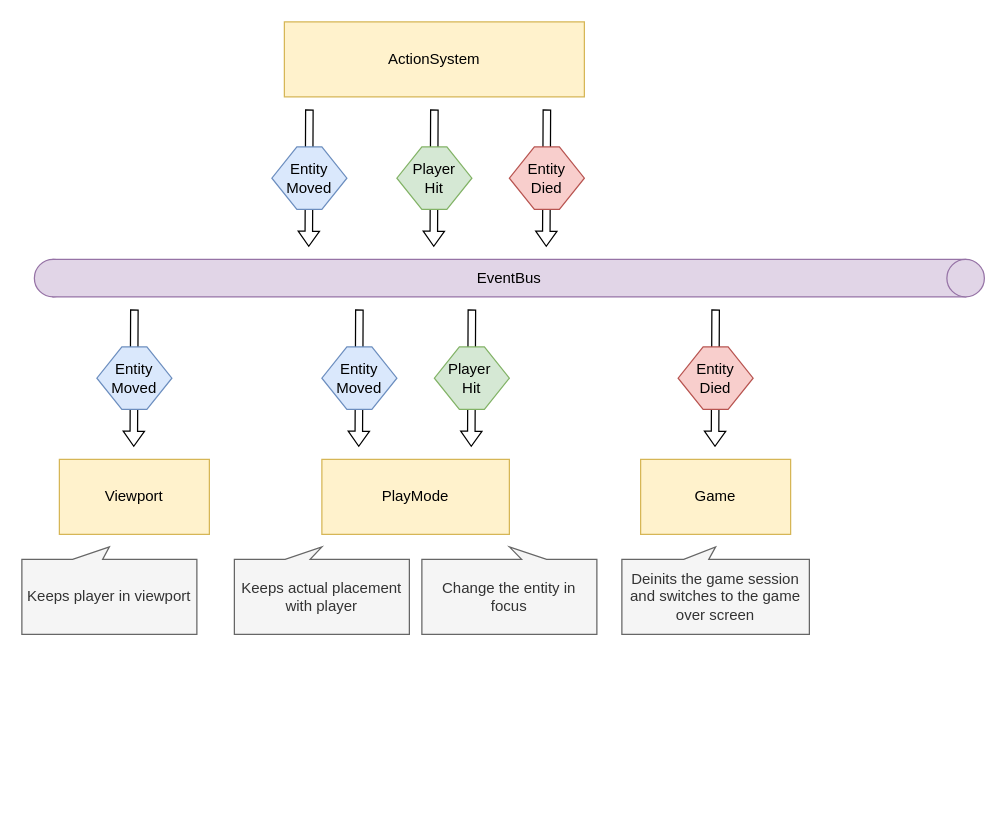
This is page "Events" (2 of 7) of docs/schemas.drawio from vladimir-popov/forgotten_catacombs, a draw.io file, before an edit. Source tidied: cells renumbered, new cells numbered last; positions are measured from the earlier drawing's top-left corner, leaving out a move shared by most shapes. Both pictures are drawn from the tidied source at 125%, with x=0, y=0 at pixel (21, 21).
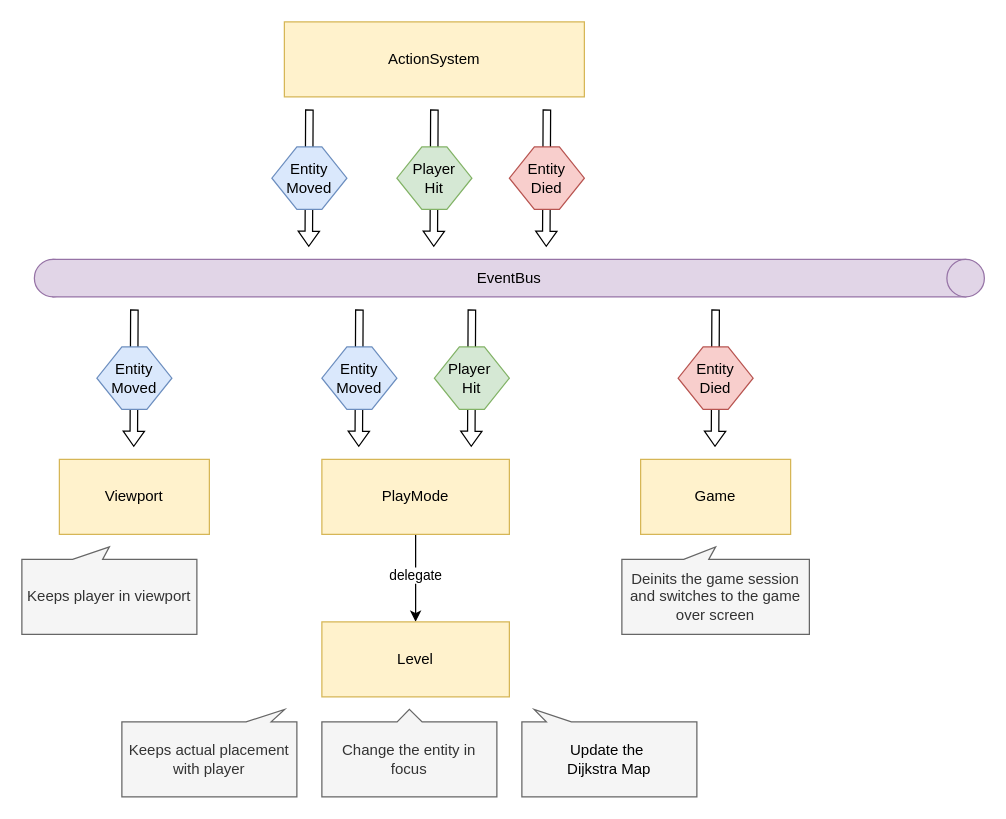
Above is the later version.

Commit message (it also covers changes not shown here):
Following for the player .

The change refers to these unchanged cells:
```xml
<mxCell id="27" value="PlayMode" style="rounded=0;whiteSpace=wrap;html=1;fillColor=#fff2cc;strokeColor=#d6b656;" parent="1" vertex="1">
  <mxGeometry x="240" y="350" width="150" height="60" as="geometry" />
</mxCell>
```

The edit, as a diff of the source:
```diff
@@
-    <mxCell id="16" value="Keeps actual placement with player" style="shape=callout;whiteSpace=wrap;html=1;perimeter=calloutPerimeter;flipV=1;size=10;position=0.29;fillColor=#f5f5f5;fontColor=#333333;strokeColor=#666666;" parent="1" vertex="1">
-      <mxGeometry x="170" y="420" width="140" height="70" as="geometry" />
+    <mxCell id="16" value="Keeps actual placement with player" style="shape=callout;whiteSpace=wrap;html=1;perimeter=calloutPerimeter;flipV=1;size=10;position=0.71;fillColor=#f5f5f5;fontColor=#333333;strokeColor=#666666;position2=0.93;" parent="1" vertex="1">
+      <mxGeometry x="80" y="550" width="140" height="70" as="geometry" />
     </mxCell>
@@
+    <mxCell id="31" style="edgeStyle=orthogonalEdgeStyle;rounded=0;jettySize=auto;html=1;exitX=0.5;exitY=1;exitDx=0;exitDy=0;entryX=0.5;entryY=0;entryDx=0;entryDy=0;" parent="1" edge="1" source="27" target="33">
+      <mxGeometry relative="1" as="geometry" />
+    </mxCell>
+    <mxCell id="32" value="delegate" style="edgeLabel;html=1;align=center;verticalAlign=middle;" parent="31" vertex="1">
+      <mxGeometry x="-0.1" y="-1" relative="1" as="geometry" />
+    </mxCell>
@@
-    <mxCell id="30" value="Change the entity in focus" style="shape=callout;whiteSpace=wrap;html=1;perimeter=calloutPerimeter;flipV=1;size=10;position=0.57;fillColor=#f5f5f5;fontColor=#333333;strokeColor=#666666;base=20;" parent="1" vertex="1">
-      <mxGeometry x="320" y="420" width="140" height="70" as="geometry" />
+    <mxCell id="30" value="Change the entity in focus" style="shape=callout;whiteSpace=wrap;html=1;perimeter=calloutPerimeter;flipV=1;size=10;position=0.43;fillColor=#f5f5f5;fontColor=#333333;strokeColor=#666666;base=20;" parent="1" vertex="1">
+      <mxGeometry x="240" y="550" width="140" height="70" as="geometry" />
     </mxCell>
+    <mxCell id="33" value="Level" style="rounded=0;whiteSpace=wrap;html=1;fillColor=#fff2cc;strokeColor=#d6b656;" parent="1" vertex="1">
+      <mxGeometry x="240" y="480" width="150" height="60" as="geometry" />
+    </mxCell>
+    <mxCell id="34" value="Update the &#10;Dijkstra Map" style="shape=callout;whiteSpace=wrap;html=1;perimeter=calloutPerimeter;flipV=1;size=10;position=0.14;fillColor=#f5f5f5;strokeColor=#666666;base=20;position2=0.07;" parent="1" vertex="1">
+      <mxGeometry x="400" y="550" width="140" height="70" as="geometry" />
+    </mxCell>
```
